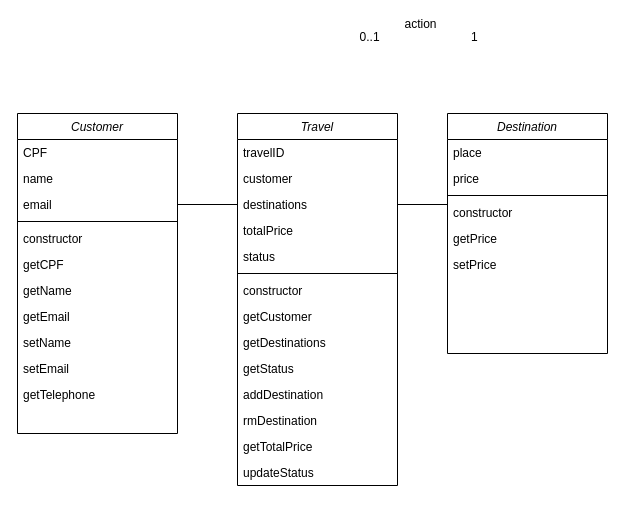
The draw.io diagram trab/java/UML.drawio in vitimon/recode, before the edit. Source tidied: cells renumbered, new cells numbered last; positions are measured from the earlier drawing's top-left corner, leaving out a move shared by most shapes. Both pictures are drawn from the tidied source at 100%, with x=0, y=0 at pixel (17, 32).
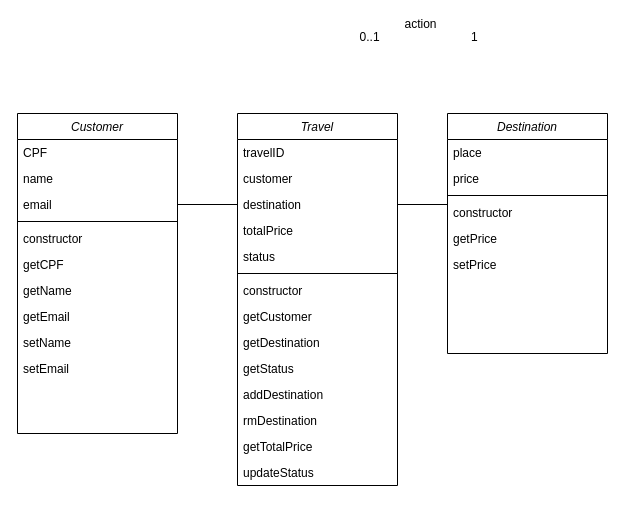
After the change.

Unchanged cells that the change refers to:
```xml
<mxCell id="2" value="Customer" style="swimlane;fontStyle=2;align=center;verticalAlign=top;horizontal=1;startSize=26;rounded=0;shadow=0;strokeWidth=1;" parent="1" vertex="1">
  <mxGeometry y="81" width="160" height="320" as="geometry" />
</mxCell>
<mxCell id="21" value="Travel" style="swimlane;fontStyle=2;align=center;verticalAlign=top;horizontal=1;startSize=26;rounded=0;shadow=0;strokeWidth=1;" parent="1" vertex="1">
  <mxGeometry x="220" y="81" width="160" height="372" as="geometry" />
</mxCell>
```

What changed in the source:
```diff
@@
-    <mxCell id="13" value="getTelephone" style="text;align=left;verticalAlign=top;spacingLeft=4;spacingRight=4;overflow=hidden;" parent="2" vertex="1">
-      <mxGeometry y="268" width="160" height="26" as="geometry" />
-    </mxCell>
@@
-    <mxCell id="24" value="destinations" style="text;align=left;verticalAlign=top;spacingLeft=4;spacingRight=4;overflow=hidden;points=[[0,0.5],[1,0.5]];portConstraint=eastwest;rounded=0;shadow=0;html=0;" parent="21" vertex="1">
+    <mxCell id="24" value="destination" style="text;align=left;verticalAlign=top;spacingLeft=4;spacingRight=4;overflow=hidden;points=[[0,0.5],[1,0.5]];portConstraint=eastwest;rounded=0;shadow=0;html=0;" parent="21" vertex="1">
       <mxGeometry y="78" width="160" height="26" as="geometry" />
     </mxCell>
@@
-    <mxCell id="30" value="getDestinations" style="text;align=left;verticalAlign=top;spacingLeft=4;spacingRight=4;overflow=hidden;" parent="21" vertex="1">
+    <mxCell id="30" value="getDestination" style="text;align=left;verticalAlign=top;spacingLeft=4;spacingRight=4;overflow=hidden;" parent="21" vertex="1">
       <mxGeometry y="216" width="160" height="26" as="geometry" />
     </mxCell>
```
